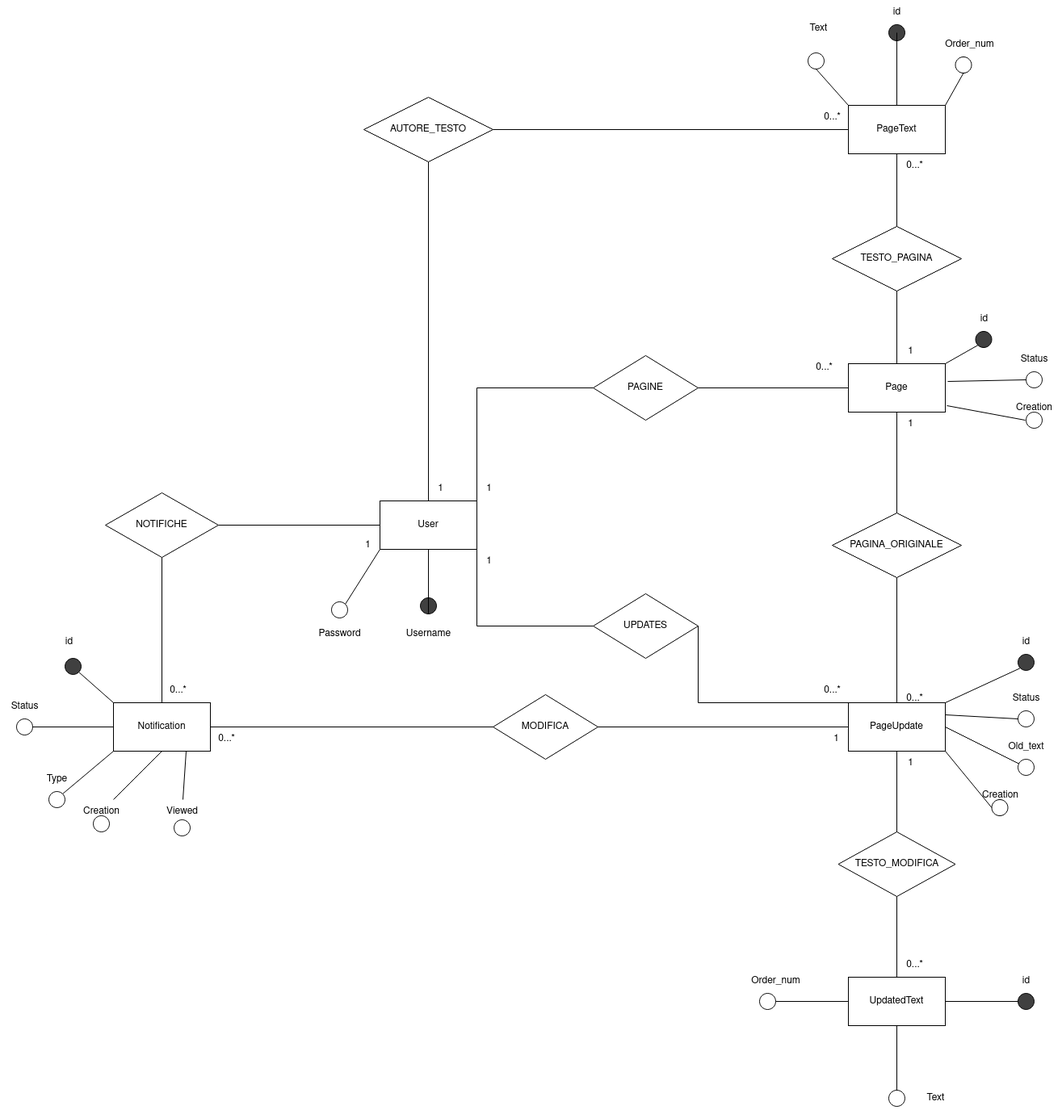
Polliog/Progetto-OOBD keeps this draw.io diagram as documentazione/BD/ER_RISTRUTTURATO.drawio.png. Above is the earlier version. Source tidied: cells renumbered, new cells last; positions are measured from the earlier drawing's top-left corner, leaving out a move shared by most shapes.
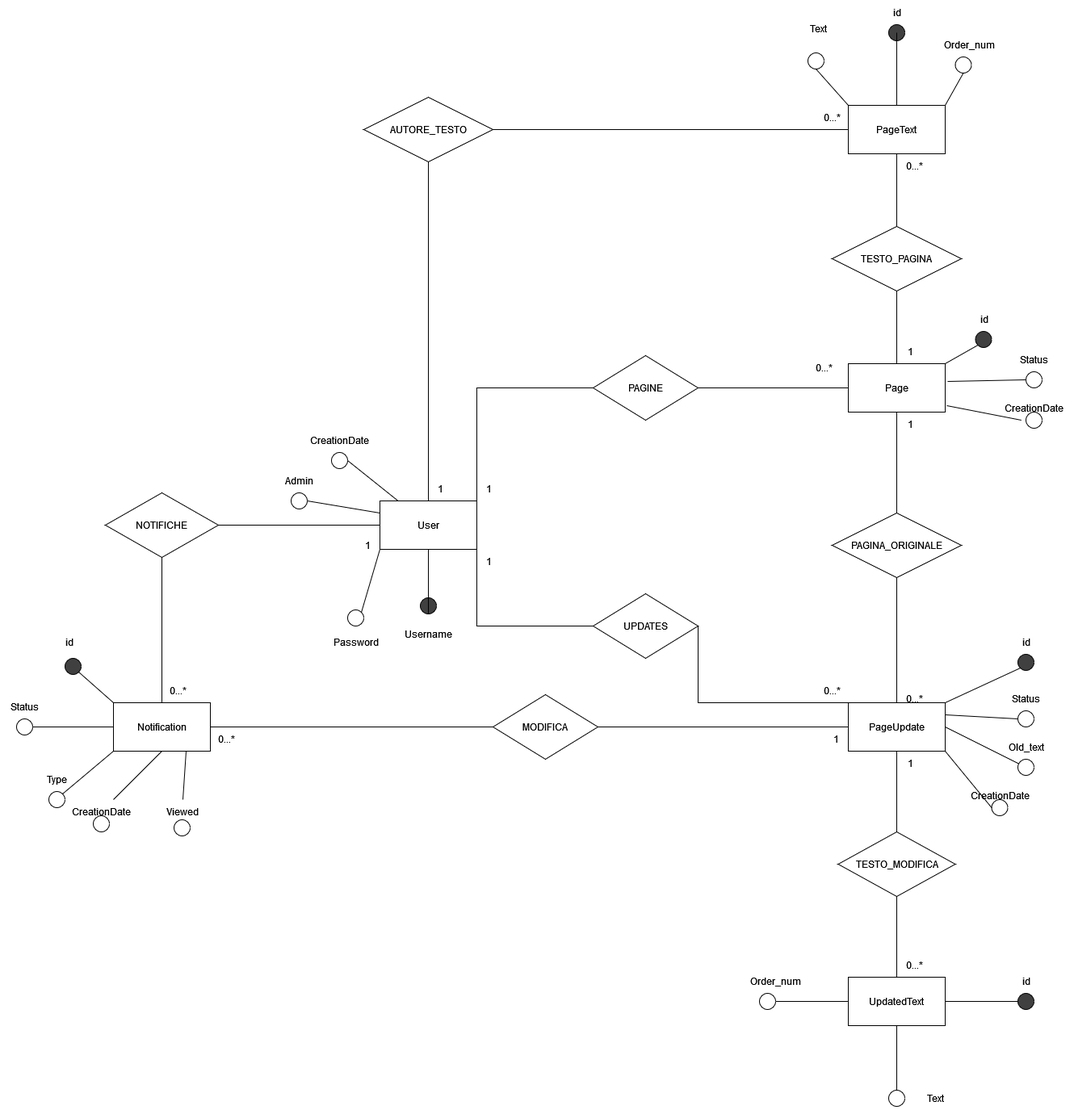
The same diagram one commit later.

What changed in the source:
```diff
@@ -9,7 +9,7 @@
       <mxGeometry x="520" y="740" width="20" height="20" as="geometry" />
     </mxCell>
     <mxCell id="4" style="ellipse;whiteSpace=wrap;html=1;" parent="1" vertex="1">
-      <mxGeometry x="410" y="745" width="20" height="20" as="geometry" />
+      <mxGeometry x="430" y="755" width="20" height="20" as="geometry" />
     </mxCell>
     <mxCell id="5" style="endArrow=none;html=1;rounded=0;entryX=0.5;entryY=1;entryDx=0;entryDy=0;" parent="1" edge="1" target="3">
       <mxGeometry relative="1" as="geometry">
@@ -23,7 +23,7 @@
       <mxGeometry relative="1" as="geometry" />
     </mxCell>
     <mxCell id="8" value="&lt;div&gt;Password&lt;/div&gt;" style="text;html=1;align=center;verticalAlign=middle;strokeColor=none;fillColor=none;" parent="1" vertex="1">
-      <mxGeometry x="380" y="770" width="80" height="30" as="geometry" />
+      <mxGeometry x="400" y="780" width="80" height="30" as="geometry" />
     </mxCell>
     <mxCell id="9" value="UPDATES" style="rhombus;whiteSpace=wrap;html=1;" parent="1" vertex="1">
       <mxGeometry x="734" y="735" width="130" height="80" as="geometry" />
@@ -288,8 +288,8 @@
     <mxCell id="91" value="Status" style="text;html=1;align=center;verticalAlign=middle;strokeColor=none;fillColor=none;" parent="1" vertex="1">
       <mxGeometry x="1250" y="430" width="60" height="30" as="geometry" />
     </mxCell>
-    <mxCell id="92" value="Creation" style="text;html=1;align=center;verticalAlign=middle;points=[];strokeColor=none;fillColor=none;" parent="1" vertex="1">
-      <mxGeometry x="1245" y="490" width="70" height="30" as="geometry" />
+    <mxCell id="92" value="CreationDate" style="text;html=1;align=center;verticalAlign=middle;points=[];strokeColor=none;fillColor=none;" parent="1" vertex="1">
+      <mxGeometry x="1230" y="490" width="100" height="30" as="geometry" />
     </mxCell>
     <mxCell id="93" style="endArrow=none;html=1;rounded=0;entryX=1;entryY=0;entryDx=0;entryDy=0;exitX=0;exitY=1;exitDx=0;exitDy=0;" parent="1" edge="1" source="87" target="33">
       <mxGeometry relative="1" as="geometry" />
@@ -303,14 +303,14 @@
     <mxCell id="96" style="ellipse;whiteSpace=wrap;html=1;" parent="1" vertex="1">
       <mxGeometry x="1227.5" y="990" width="20" height="20" as="geometry" />
     </mxCell>
-    <mxCell id="97" value="Creation" style="text;html=1;align=center;verticalAlign=middle;strokeColor=none;fillColor=none;" parent="1" vertex="1">
-      <mxGeometry x="1202.5" y="970" width="70" height="30" as="geometry" />
+    <mxCell id="97" value="CreationDate" style="text;html=1;align=center;verticalAlign=middle;strokeColor=none;fillColor=none;" parent="1" vertex="1">
+      <mxGeometry x="1187.5" y="970" width="100" height="30" as="geometry" />
     </mxCell>
     <mxCell id="98" style="ellipse;whiteSpace=wrap;html=1;" parent="1" vertex="1">
       <mxGeometry x="115" y="1010" width="20" height="20" as="geometry" />
     </mxCell>
-    <mxCell id="99" value="Creation" style="text;html=1;align=center;verticalAlign=middle;points=[];strokeColor=none;fillColor=none;" parent="1" vertex="1">
-      <mxGeometry x="90" y="990" width="70" height="30" as="geometry" />
+    <mxCell id="99" value="CreationDate" style="text;html=1;align=center;verticalAlign=middle;points=[];strokeColor=none;fillColor=none;" parent="1" vertex="1">
+      <mxGeometry x="75" y="990" width="100" height="30" as="geometry" />
     </mxCell>
     <mxCell id="100" style="endArrow=none;html=1;rounded=0;entryX=0.5;entryY=1;entryDx=0;entryDy=0;" parent="1" edge="1" source="99" target="15">
       <mxGeometry relative="1" as="geometry" />
@@ -327,5 +327,23 @@
     <mxCell id="104" style="endArrow=none;html=1;rounded=0;entryX=0.75;entryY=1;entryDx=0;entryDy=0;" parent="1" edge="1" source="103" target="15">
       <mxGeometry relative="1" as="geometry" />
     </mxCell>
+    <mxCell id="105" style="ellipse;whiteSpace=wrap;html=1;" parent="1" vertex="1">
+      <mxGeometry x="410" y="560" width="20" height="20" as="geometry" />
+    </mxCell>
+    <mxCell id="106" value="CreationDate" style="text;html=1;align=center;verticalAlign=middle;strokeColor=none;fillColor=none;" parent="1" vertex="1">
+      <mxGeometry x="370" y="530" width="100" height="30" as="geometry" />
+    </mxCell>
+    <mxCell id="107" style="ellipse;whiteSpace=wrap;html=1;" parent="1" vertex="1">
+      <mxGeometry x="360" y="610" width="20" height="20" as="geometry" />
+    </mxCell>
+    <mxCell id="108" value="Admin" style="text;html=1;align=center;verticalAlign=middle;strokeColor=none;fillColor=none;" parent="1" vertex="1">
+      <mxGeometry x="340" y="580" width="60" height="30" as="geometry" />
+    </mxCell>
+    <mxCell id="109" style="endArrow=none;html=1;rounded=0;exitX=1;exitY=0.5;exitDx=0;exitDy=0;" parent="1" edge="1" source="105" target="2">
+      <mxGeometry relative="1" as="geometry" />
+    </mxCell>
+    <mxCell id="110" style="endArrow=none;html=1;rounded=0;entryX=0;entryY=0.25;entryDx=0;entryDy=0;exitX=1;exitY=0.5;exitDx=0;exitDy=0;" parent="1" edge="1" source="107" target="2">
+      <mxGeometry relative="1" as="geometry" />
+    </mxCell>
   </root>
 </mxGraphModel>
```
